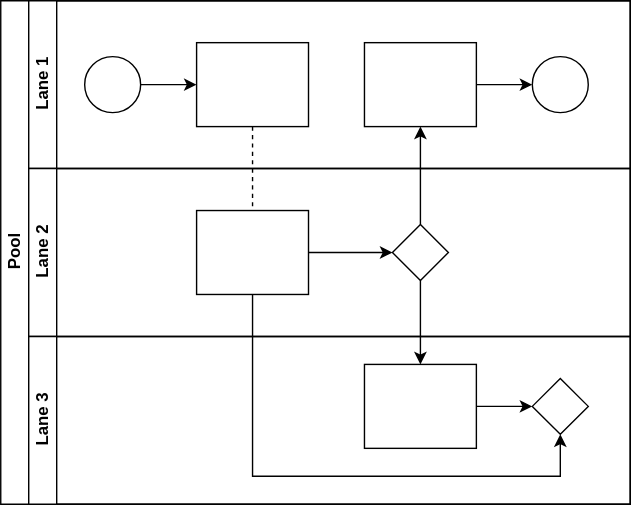
Earlier version of the draw.io export Untitled Diagram.svg (AllenHichard/machine-learning-image). Source tidied: cells renumbered, new cells last; positions are measured from the earlier drawing's top-left corner, leaving out a move shared by most shapes.
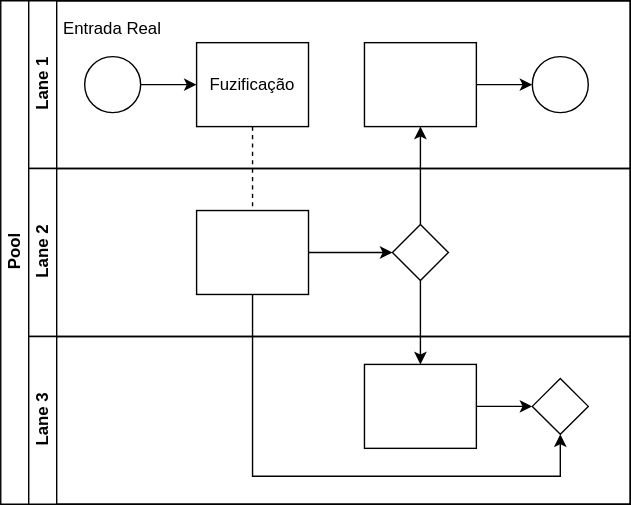
After the commit.

What changed in the source:
```diff
@@ -43,6 +43,12 @@
     <mxCell id="13" style="ellipse;whiteSpace=wrap;html=1;" parent="7" vertex="1">
       <mxGeometry x="360" y="40" width="40" height="40" as="geometry" />
     </mxCell>
+    <mxCell id="22" value="Entrada Real" style="text;html=1;strokeColor=none;fillColor=none;align=center;verticalAlign=middle;whiteSpace=wrap;rounded=0;" parent="7" vertex="1">
+      <mxGeometry x="20" y="10" width="80" height="20" as="geometry" />
+    </mxCell>
+    <mxCell id="23" value="Fuzificação" style="text;html=1;strokeColor=none;fillColor=none;align=center;verticalAlign=middle;whiteSpace=wrap;rounded=0;" parent="7" vertex="1">
+      <mxGeometry x="140" y="50" width="40" height="20" as="geometry" />
+    </mxCell>
     <mxCell id="14" value="Lane 2" style="swimlane;html=1;startSize=20;horizontal=0;" parent="2" vertex="1">
       <mxGeometry x="20" y="120" width="430" height="120" as="geometry" />
     </mxCell>
```
